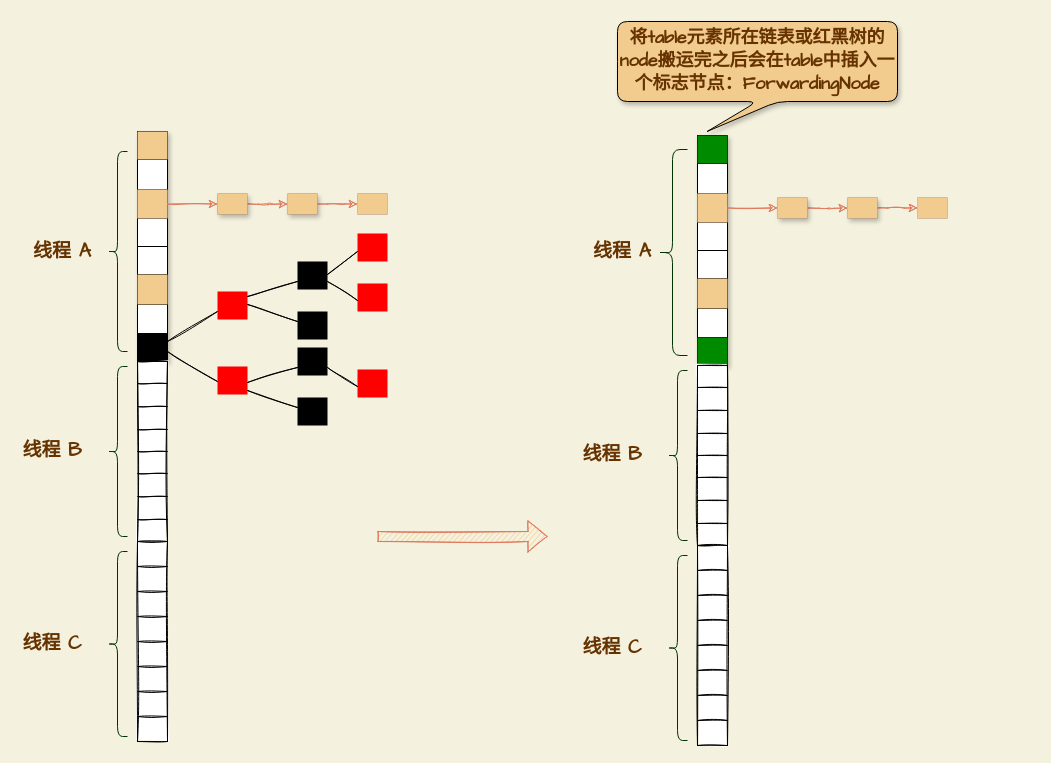
This is page "扩容整体流程" (1 of 5) of thread/扩容.drawio from mydlxy/draw, a draw.io file, before an edit. Source tidied: cells renumbered, new cells numbered last; positions are measured from the earlier drawing's top-left corner, leaving out a move shared by most shapes. Both pictures are drawn from the tidied source at 100%, with x=0, y=0 at pixel (17, 21).
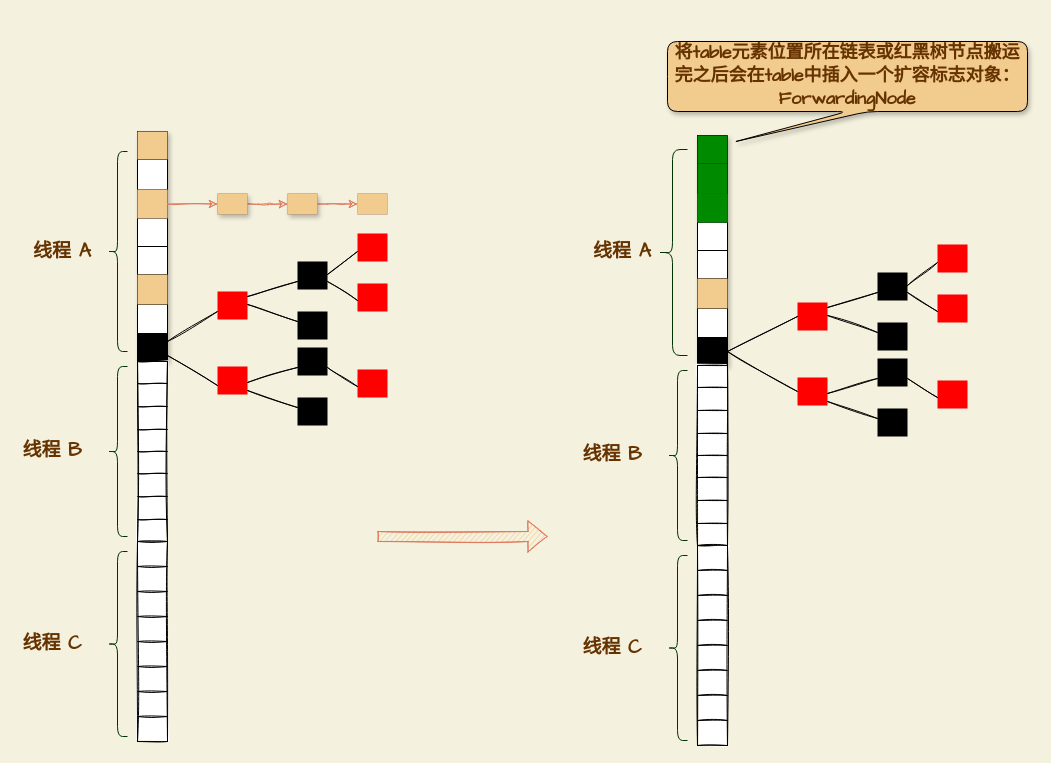
After the change.

Unchanged cells that the change refers to:
```xml
<mxCell id="92" style="shape=tableRow;horizontal=0;startSize=0;swimlaneHead=0;swimlaneBody=0;top=0;left=0;bottom=0;right=0;fillColor=none;rounded=1;sketch=1;fontFamily=Comic Sans MS;fontSize=20;fontColor=#663300;strokeColor=#E07A5F;" parent="89" vertex="1">
  <mxGeometry y="28" width="30" height="30" as="geometry" />
</mxCell>
<mxCell id="94" style="shape=tableRow;horizontal=0;startSize=0;swimlaneHead=0;swimlaneBody=0;top=0;left=0;bottom=0;right=0;fillColor=#76608a;points=[[0,0.5],[1,0.5]];portConstraint=eastwest;rounded=1;sketch=0;fontFamily=Comic Sans MS;fontSize=20;fontColor=#ffffff;strokeColor=#432D57;" parent="89" vertex="1">
  <mxGeometry y="58" width="30" height="29" as="geometry" />
</mxCell>
<mxCell id="104" style="shape=tableRow;horizontal=0;startSize=0;swimlaneHead=0;swimlaneBody=0;top=0;left=0;bottom=0;right=0;fillColor=none;points=[[0,0.5],[1,0.5]];portConstraint=eastwest;rounded=1;sketch=1;fontFamily=Comic Sans MS;fontSize=20;fontColor=#663300;strokeColor=#E07A5F;" parent="89" vertex="1">
  <mxGeometry y="202" width="30" height="28" as="geometry" />
</mxCell>
```

Diff of the diagram source:
```diff
@@
-    <mxCell id="70" style="endArrow=none;html=1;rounded=1;sketch=1;fontFamily=Comic Sans MS;fontSize=19;fontColor=#663300;strokeColor=#000000;fillColor=#F2CC8F;curved=0;" parent="1" edge="1">
-      <mxGeometry relative="1" as="geometry">
-        <mxPoint x="150" y="330" as="sourcePoint" />
-        <mxPoint x="200" y="360" as="targetPoint" />
-      </mxGeometry>
+    <mxCell id="70" style="endArrow=none;html=1;rounded=1;sketch=1;fontFamily=Comic Sans MS;fontSize=19;fontColor=#663300;strokeColor=#000000;fillColor=#F2CC8F;curved=0;exitX=1;exitY=0.5;exitDx=0;exitDy=0;entryX=0;entryY=0.5;entryDx=0;entryDy=0;" parent="1" edge="1" source="104" target="159">
+      <mxGeometry relative="1" as="geometry" />
     </mxCell>
@@
-    <mxCell id="93" style="shape=partialRectangle;html=1;whiteSpace=wrap;overflow=hidden;fillColor=none;top=0;left=0;bottom=0;right=0;rounded=1;sketch=1;fontFamily=Comic Sans MS;fontSize=20;fontColor=#663300;strokeColor=#E07A5F;" parent="92" vertex="1">
+    <mxCell id="93" style="shape=partialRectangle;html=1;whiteSpace=wrap;overflow=hidden;fillColor=#008a00;top=0;left=0;bottom=0;right=0;rounded=1;sketch=0;fontFamily=Comic Sans MS;fontSize=20;fontColor=#ffffff;strokeColor=#005700;" parent="92" vertex="1">
       <mxGeometry width="30" height="30" as="geometry" />
     </mxCell>
@@
-    <mxCell id="95" style="shape=partialRectangle;html=1;whiteSpace=wrap;overflow=hidden;fillColor=#F2CC8F;top=0;left=0;bottom=0;right=0;rounded=1;sketch=0;fontFamily=Comic Sans MS;fontSize=20;fontColor=#000000;strokeColor=#BD7000;" parent="94" vertex="1">
+    <mxCell id="95" style="shape=partialRectangle;html=1;whiteSpace=wrap;overflow=hidden;fillColor=#008a00;top=0;left=0;bottom=0;right=0;rounded=1;sketch=0;fontFamily=Comic Sans MS;fontSize=20;fontColor=#ffffff;strokeColor=#005700;" parent="94" vertex="1">
       <mxGeometry width="30" height="29" as="geometry" />
     </mxCell>
@@
-    <mxCell id="105" style="shape=partialRectangle;html=1;whiteSpace=wrap;overflow=hidden;fillColor=#008a00;top=0;left=0;bottom=0;right=0;rounded=1;sketch=0;fontFamily=Comic Sans MS;fontSize=20;fontColor=#ffffff;strokeColor=#005700;" parent="104" vertex="1">
+    <mxCell id="105" style="shape=partialRectangle;html=1;whiteSpace=wrap;overflow=hidden;fillColor=#000000;top=0;left=0;bottom=0;right=0;rounded=1;sketch=0;fontFamily=Comic Sans MS;fontSize=20;fontColor=#ffffff;strokeColor=#005700;" parent="104" vertex="1">
       <mxGeometry width="30" height="28" as="geometry" />
     </mxCell>
@@
-    <mxCell id="146" style="edgeStyle=orthogonalEdgeStyle;curved=0;rounded=1;sketch=1;orthogonalLoop=1;jettySize=auto;html=1;fontFamily=Comic Sans MS;fontSize=19;fontColor=#663300;strokeColor=#E07A5F;fillColor=#F2CC8F;" parent="1" edge="1">
-      <mxGeometry relative="1" as="geometry">
-        <mxPoint x="790" y="186.5" as="sourcePoint" />
-        <mxPoint x="830" y="186.5" as="targetPoint" />
-      </mxGeometry>
-    </mxCell>
-    <mxCell id="147" style="edgeStyle=orthogonalEdgeStyle;curved=0;rounded=1;sketch=1;jettySize=auto;html=1;fontFamily=Comic Sans MS;fontSize=19;fontColor=#663300;strokeColor=#E07A5F;fillColor=#F2CC8F;" parent="1" edge="1" source="148">
-      <mxGeometry relative="1" as="geometry">
-        <mxPoint x="900" y="186.5" as="targetPoint" />
-      </mxGeometry>
-    </mxCell>
-    <mxCell id="148" style="shape=tableRow;horizontal=0;startSize=0;swimlaneHead=0;swimlaneBody=0;top=0;left=0;bottom=0;right=0;fillColor=#76608a;points=[[0,0.5],[1,0.5]];portConstraint=eastwest;rounded=1;sketch=0;fontFamily=Comic Sans MS;fontSize=20;fontColor=#ffffff;strokeColor=#432D57;" parent="1" vertex="1">
-      <mxGeometry x="830" y="176" width="30" height="21" as="geometry" />
-    </mxCell>
-    <mxCell id="149" style="shape=partialRectangle;html=1;whiteSpace=wrap;overflow=hidden;fillColor=#F2CC8F;top=0;left=0;bottom=0;right=0;rounded=1;sketch=0;fontFamily=Comic Sans MS;fontSize=20;fontColor=#000000;strokeColor=#BD7000;shadow=1;" parent="148" vertex="1">
-      <mxGeometry width="30" height="21" as="geometry" />
-    </mxCell>
-    <mxCell id="150" style="shape=tableRow;horizontal=0;startSize=0;swimlaneHead=0;swimlaneBody=0;top=0;left=0;bottom=0;right=0;fillColor=#76608a;points=[[0,0.5],[1,0.5]];portConstraint=eastwest;rounded=1;sketch=0;fontFamily=Comic Sans MS;fontSize=20;fontColor=#ffffff;strokeColor=#432D57;" parent="1" vertex="1">
-      <mxGeometry x="760" y="176" width="30" height="21" as="geometry" />
-    </mxCell>
-    <mxCell id="151" style="shape=partialRectangle;html=1;whiteSpace=wrap;overflow=hidden;fillColor=#F2CC8F;top=0;left=0;bottom=0;right=0;rounded=1;sketch=0;fontFamily=Comic Sans MS;fontSize=20;fontColor=#000000;strokeColor=#BD7000;shadow=1;" parent="150" vertex="1">
-      <mxGeometry width="30" height="21" as="geometry" />
-    </mxCell>
-    <mxCell id="152" style="shape=tableRow;horizontal=0;startSize=0;swimlaneHead=0;swimlaneBody=0;top=0;left=0;bottom=0;right=0;fillColor=#76608a;rounded=1;sketch=0;fontFamily=Comic Sans MS;fontSize=20;fontColor=#ffffff;strokeColor=#432D57;" parent="1" vertex="1">
-      <mxGeometry x="900" y="176" width="30" height="21" as="geometry" />
-    </mxCell>
-    <mxCell id="153" style="shape=partialRectangle;html=1;whiteSpace=wrap;overflow=hidden;fillColor=#F2CC8F;top=0;left=0;bottom=0;right=0;rounded=1;sketch=0;fontFamily=Comic Sans MS;fontSize=20;fontColor=#000000;strokeColor=#BD7000;" parent="152" vertex="1">
-      <mxGeometry width="30" height="21" as="geometry" />
-    </mxCell>
-    <mxCell id="154" style="edgeStyle=orthogonalEdgeStyle;curved=0;rounded=1;sketch=1;jettySize=auto;html=1;entryX=0;entryY=0.5;entryDx=0;entryDy=0;fontFamily=Comic Sans MS;fontSize=19;fontColor=#663300;strokeColor=#E07A5F;fillColor=#F2CC8F;" parent="1" edge="1" source="94" target="150">
-      <mxGeometry relative="1" as="geometry" />
-    </mxCell>
-    <mxCell id="155" value="&lt;font style=&quot;font-size: 18px;&quot;&gt;&lt;b&gt;将table元素所在链表或红黑树的node搬运完之后会在table中插入一个标志节点：ForwardingNode&lt;/b&gt;&lt;/font&gt;" style="shape=callout;whiteSpace=wrap;html=1;perimeter=calloutPerimeter;rounded=1;shadow=1;sketch=0;fontFamily=Comic Sans MS;fontSize=19;fontColor=#663300;strokeColor=#000000;fillColor=#F2CC8F;position2=0.32;" parent="1" vertex="1">
-      <mxGeometry x="600" width="280" height="110" as="geometry" />
+    <mxCell id="155" value="&lt;font style=&quot;font-size: 18px;&quot;&gt;&lt;b&gt;将table元素位置所在链表或红黑树节点搬运完之后会在table中插入一个扩容标志对象：ForwardingNode&lt;/b&gt;&lt;/font&gt;" style="shape=callout;whiteSpace=wrap;html=1;perimeter=calloutPerimeter;rounded=1;shadow=1;sketch=0;fontFamily=Comic Sans MS;fontSize=19;fontColor=#663300;strokeColor=#000000;fillColor=#F2CC8F;position2=0.19;" parent="1" vertex="1">
+      <mxGeometry x="650" y="20" width="360" height="100" as="geometry" />
     </mxCell>
+    <mxCell id="156" style="edgeStyle=orthogonalEdgeStyle;rounded=0;orthogonalLoop=1;jettySize=auto;html=1;exitX=1;exitY=0.5;exitDx=0;exitDy=0;" parent="1" edge="1">
+      <mxGeometry relative="1" as="geometry">
+        <mxPoint x="790" y="186.5" as="sourcePoint" />
+        <mxPoint x="790" y="186.5" as="targetPoint" />
+      </mxGeometry>
+    </mxCell>
+    <mxCell id="157" style="shape=tableRow;horizontal=0;startSize=0;swimlaneHead=0;swimlaneBody=0;top=0;left=0;bottom=0;right=0;fillColor=none;points=[[0,0.5],[1,0.5]];portConstraint=eastwest;rounded=1;sketch=1;fontFamily=Comic Sans MS;fontSize=20;fontColor=#663300;strokeColor=#E07A5F;" parent="1" vertex="1">
+      <mxGeometry x="780" y="281" width="30" height="28" as="geometry" />
+    </mxCell>
+    <mxCell id="158" style="shape=partialRectangle;html=1;whiteSpace=wrap;overflow=hidden;fillColor=#FF0000;top=0;left=0;bottom=0;right=0;rounded=1;sketch=0;fontFamily=Comic Sans MS;fontSize=20;fontColor=#663300;strokeColor=#E07A5F;" parent="157" vertex="1">
+      <mxGeometry width="30" height="28" as="geometry" />
+    </mxCell>
+    <mxCell id="159" style="shape=tableRow;horizontal=0;startSize=0;swimlaneHead=0;swimlaneBody=0;top=0;left=0;bottom=0;right=0;fillColor=none;points=[[0,0.5],[1,0.5]];portConstraint=eastwest;rounded=1;sketch=1;fontFamily=Comic Sans MS;fontSize=20;fontColor=#663300;strokeColor=#E07A5F;" parent="1" vertex="1">
+      <mxGeometry x="780" y="356" width="30" height="28" as="geometry" />
+    </mxCell>
+    <mxCell id="160" style="shape=partialRectangle;html=1;whiteSpace=wrap;overflow=hidden;fillColor=#FF0000;top=0;left=0;bottom=0;right=0;rounded=1;sketch=0;fontFamily=Comic Sans MS;fontSize=20;fontColor=#663300;strokeColor=#E07A5F;" parent="159" vertex="1">
+      <mxGeometry width="30" height="28" as="geometry" />
+    </mxCell>
+    <mxCell id="161" style="endArrow=none;html=1;rounded=1;sketch=1;fontFamily=Comic Sans MS;fontSize=19;fontColor=#663300;strokeColor=#000000;fillColor=#F2CC8F;curved=0;" parent="1" edge="1">
+      <mxGeometry relative="1" as="geometry">
+        <mxPoint x="810" y="286" as="sourcePoint" />
+        <mxPoint x="860" y="271" as="targetPoint" />
+      </mxGeometry>
+    </mxCell>
+    <mxCell id="162" style="shape=partialRectangle;html=1;whiteSpace=wrap;overflow=hidden;fillColor=#000000;top=0;left=0;bottom=0;right=0;rounded=1;sketch=0;fontFamily=Comic Sans MS;fontSize=20;fontColor=#663300;strokeColor=#E07A5F;" parent="1" vertex="1">
+      <mxGeometry x="860" y="251" width="30" height="28" as="geometry" />
+    </mxCell>
+    <mxCell id="163" style="endArrow=none;html=1;rounded=1;sketch=1;fontFamily=Comic Sans MS;fontSize=19;fontColor=#663300;strokeColor=#000000;fillColor=#F2CC8F;curved=0;" parent="1" edge="1">
+      <mxGeometry relative="1" as="geometry">
+        <mxPoint x="810" y="294" as="sourcePoint" />
+        <mxPoint x="860" y="311" as="targetPoint" />
+      </mxGeometry>
+    </mxCell>
+    <mxCell id="164" style="shape=partialRectangle;html=1;whiteSpace=wrap;overflow=hidden;fillColor=#000000;top=0;left=0;bottom=0;right=0;rounded=1;sketch=0;fontFamily=Comic Sans MS;fontSize=20;fontColor=#663300;strokeColor=#E07A5F;" parent="1" vertex="1">
+      <mxGeometry x="860" y="301" width="30" height="28" as="geometry" />
+    </mxCell>
+    <mxCell id="165" style="endArrow=none;html=1;rounded=1;sketch=1;fontFamily=Comic Sans MS;fontSize=19;fontColor=#663300;strokeColor=#000000;fillColor=#F2CC8F;curved=0;" parent="1" edge="1">
+      <mxGeometry relative="1" as="geometry">
+        <mxPoint x="890" y="264" as="sourcePoint" />
+        <mxPoint x="920" y="241" as="targetPoint" />
+      </mxGeometry>
+    </mxCell>
+    <mxCell id="166" style="shape=partialRectangle;html=1;whiteSpace=wrap;overflow=hidden;fillColor=#FF0000;top=0;left=0;bottom=0;right=0;rounded=1;sketch=0;fontFamily=Comic Sans MS;fontSize=20;fontColor=#663300;strokeColor=#E07A5F;" parent="1" vertex="1">
+      <mxGeometry x="920" y="223" width="30" height="28" as="geometry" />
+    </mxCell>
+    <mxCell id="167" style="shape=partialRectangle;html=1;whiteSpace=wrap;overflow=hidden;fillColor=#FF0000;top=0;left=0;bottom=0;right=0;rounded=1;sketch=0;fontFamily=Comic Sans MS;fontSize=20;fontColor=#663300;strokeColor=#E07A5F;" parent="1" vertex="1">
+      <mxGeometry x="920" y="273" width="30" height="28" as="geometry" />
+    </mxCell>
+    <mxCell id="168" style="endArrow=none;html=1;rounded=1;sketch=1;fontFamily=Comic Sans MS;fontSize=19;fontColor=#663300;strokeColor=#000000;fillColor=#F2CC8F;curved=0;" parent="1" edge="1">
+      <mxGeometry relative="1" as="geometry">
+        <mxPoint x="890" y="271" as="sourcePoint" />
+        <mxPoint x="920" y="290" as="targetPoint" />
+      </mxGeometry>
+    </mxCell>
+    <mxCell id="169" style="endArrow=none;html=1;rounded=1;sketch=1;fontFamily=Comic Sans MS;fontSize=19;fontColor=#663300;strokeColor=#000000;fillColor=#F2CC8F;curved=0;" parent="1" edge="1">
+      <mxGeometry relative="1" as="geometry">
+        <mxPoint x="810" y="372" as="sourcePoint" />
+        <mxPoint x="860" y="357" as="targetPoint" />
+      </mxGeometry>
+    </mxCell>
+    <mxCell id="170" style="shape=partialRectangle;html=1;whiteSpace=wrap;overflow=hidden;fillColor=#000000;top=0;left=0;bottom=0;right=0;rounded=1;sketch=0;fontFamily=Comic Sans MS;fontSize=20;fontColor=#663300;strokeColor=#E07A5F;" parent="1" vertex="1">
+      <mxGeometry x="860" y="337" width="30" height="28" as="geometry" />
+    </mxCell>
+    <mxCell id="171" style="endArrow=none;html=1;rounded=1;sketch=1;fontFamily=Comic Sans MS;fontSize=19;fontColor=#663300;strokeColor=#000000;fillColor=#F2CC8F;curved=0;" parent="1" edge="1">
+      <mxGeometry relative="1" as="geometry">
+        <mxPoint x="810" y="380" as="sourcePoint" />
+        <mxPoint x="860" y="397" as="targetPoint" />
+      </mxGeometry>
+    </mxCell>
+    <mxCell id="172" style="shape=partialRectangle;html=1;whiteSpace=wrap;overflow=hidden;fillColor=#000000;top=0;left=0;bottom=0;right=0;rounded=1;sketch=0;fontFamily=Comic Sans MS;fontSize=20;fontColor=#663300;strokeColor=#E07A5F;" parent="1" vertex="1">
+      <mxGeometry x="860" y="387" width="30" height="28" as="geometry" />
+    </mxCell>
+    <mxCell id="173" style="shape=partialRectangle;html=1;whiteSpace=wrap;overflow=hidden;fillColor=#FF0000;top=0;left=0;bottom=0;right=0;rounded=1;sketch=0;fontFamily=Comic Sans MS;fontSize=20;fontColor=#663300;strokeColor=#E07A5F;" parent="1" vertex="1">
+      <mxGeometry x="920" y="359" width="30" height="28" as="geometry" />
+    </mxCell>
+    <mxCell id="174" style="endArrow=none;html=1;rounded=1;sketch=1;fontFamily=Comic Sans MS;fontSize=19;fontColor=#663300;strokeColor=#000000;fillColor=#F2CC8F;curved=0;" parent="1" edge="1">
+      <mxGeometry relative="1" as="geometry">
+        <mxPoint x="890" y="357" as="sourcePoint" />
+        <mxPoint x="920" y="376" as="targetPoint" />
+      </mxGeometry>
+    </mxCell>
+    <mxCell id="175" style="endArrow=none;html=1;rounded=1;sketch=1;fontFamily=Comic Sans MS;fontSize=19;fontColor=#663300;strokeColor=#000000;fillColor=#F2CC8F;curved=0;exitX=1;exitY=0.5;exitDx=0;exitDy=0;entryX=0;entryY=0.5;entryDx=0;entryDy=0;" parent="1" edge="1" source="104" target="157">
+      <mxGeometry relative="1" as="geometry" />
+    </mxCell>
+    <mxCell id="176" style="endArrow=none;html=1;rounded=1;sketch=1;fontFamily=Comic Sans MS;fontSize=19;fontColor=#663300;strokeColor=#000000;fillColor=#F2CC8F;curved=0;" parent="1" edge="1">
+      <mxGeometry relative="1" as="geometry">
+        <mxPoint x="150" y="334" as="sourcePoint" />
+        <mxPoint x="200" y="364" as="targetPoint" />
+      </mxGeometry>
+    </mxCell>
```
